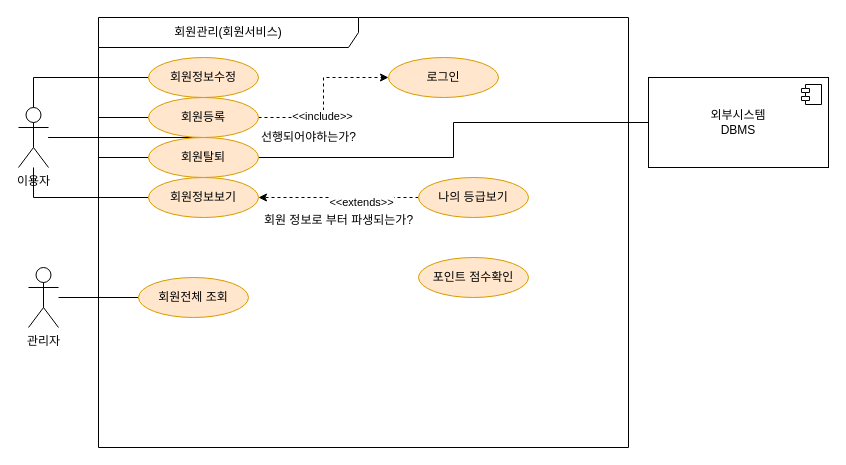
This is 회원관리 유즈케이스.drawio from hanyanya21/multi_it_test, a draw.io file, before an edit. Source tidied: cells renumbered, new cells numbered last; positions are measured from the earlier drawing's top-left corner, leaving out a move shared by most shapes. Both pictures are drawn from the tidied source at 100%, with x=0, y=0 at pixel (18, 17).
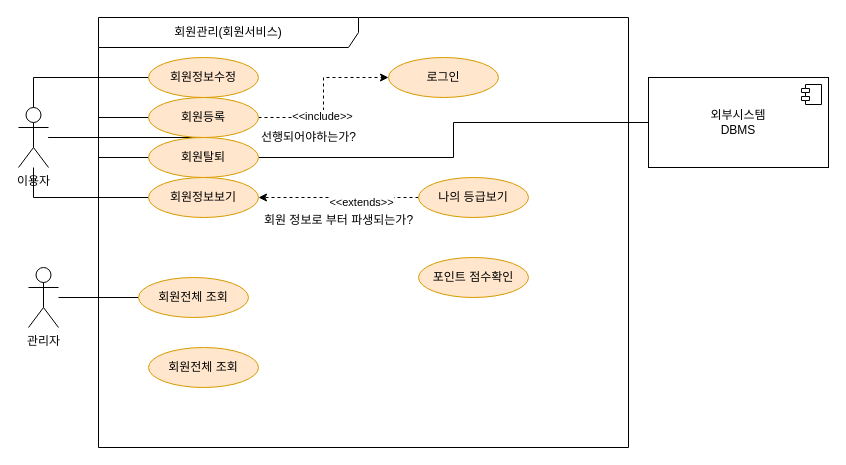
The same diagram, later.

Commit message:
회원관리 유즈케이스.drawio 업데이트

Diff of the diagram source:
```diff
@@
+    <mxCell id="28" value="회원전체 조회" style="ellipse;whiteSpace=wrap;html=1;fillColor=#ffe6cc;strokeColor=#d79b00;" parent="1" vertex="1">
+      <mxGeometry x="130" y="330" width="110" height="40" as="geometry" />
+    </mxCell>
```
